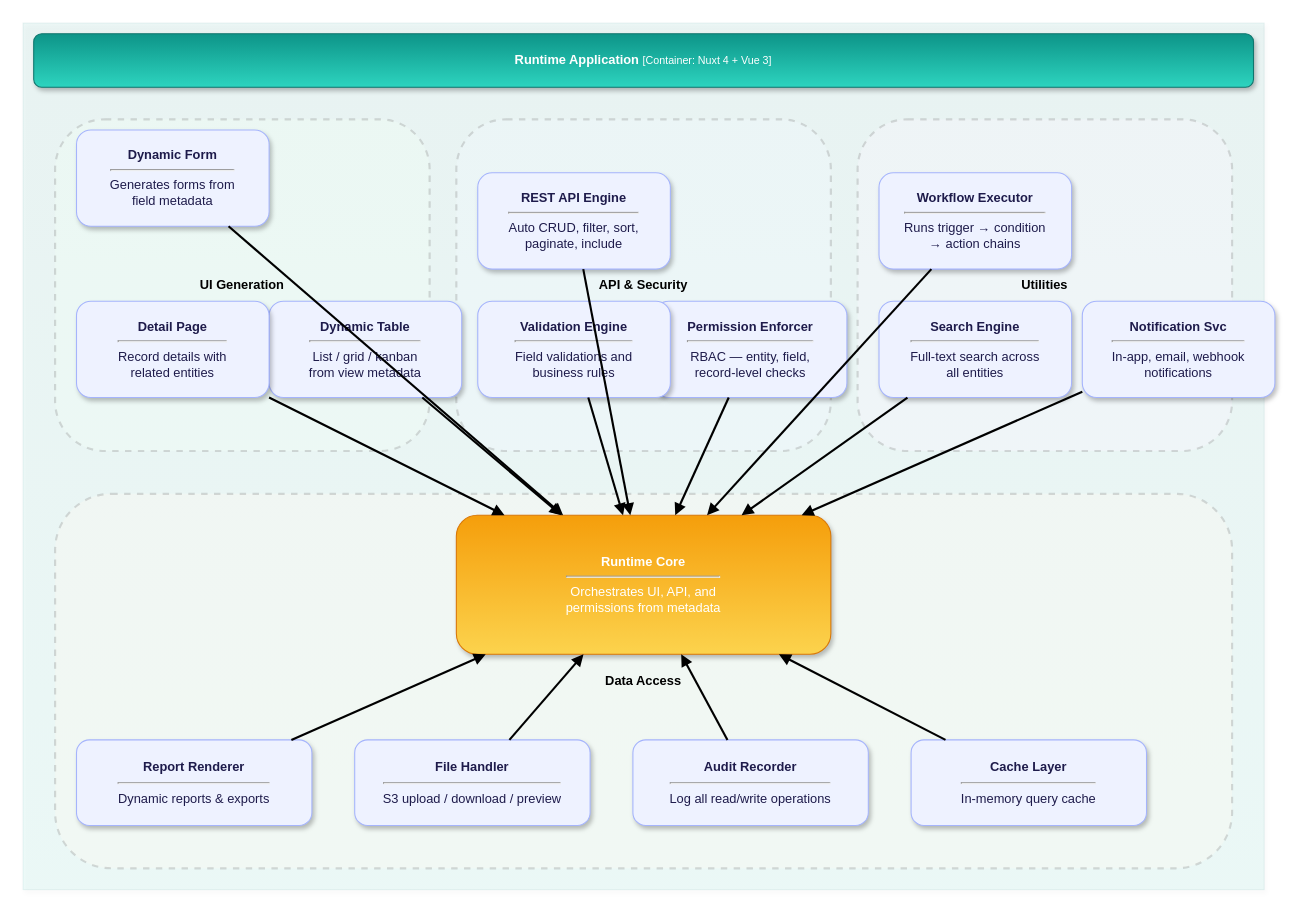
Above: page "4 - Runtime Engine (C4 L3)" (4 of 9) of nexa-architecture.drawio in dinsorkot-sk/Nexa (draw.io), before the change. Source tidied: cells renumbered, new cells numbered last; positions are measured from the earlier drawing's top-left corner, leaving out a move shared by most shapes. Both pictures are drawn from the tidied source at 107%, with x=0, y=0 at pixel (22, 22).
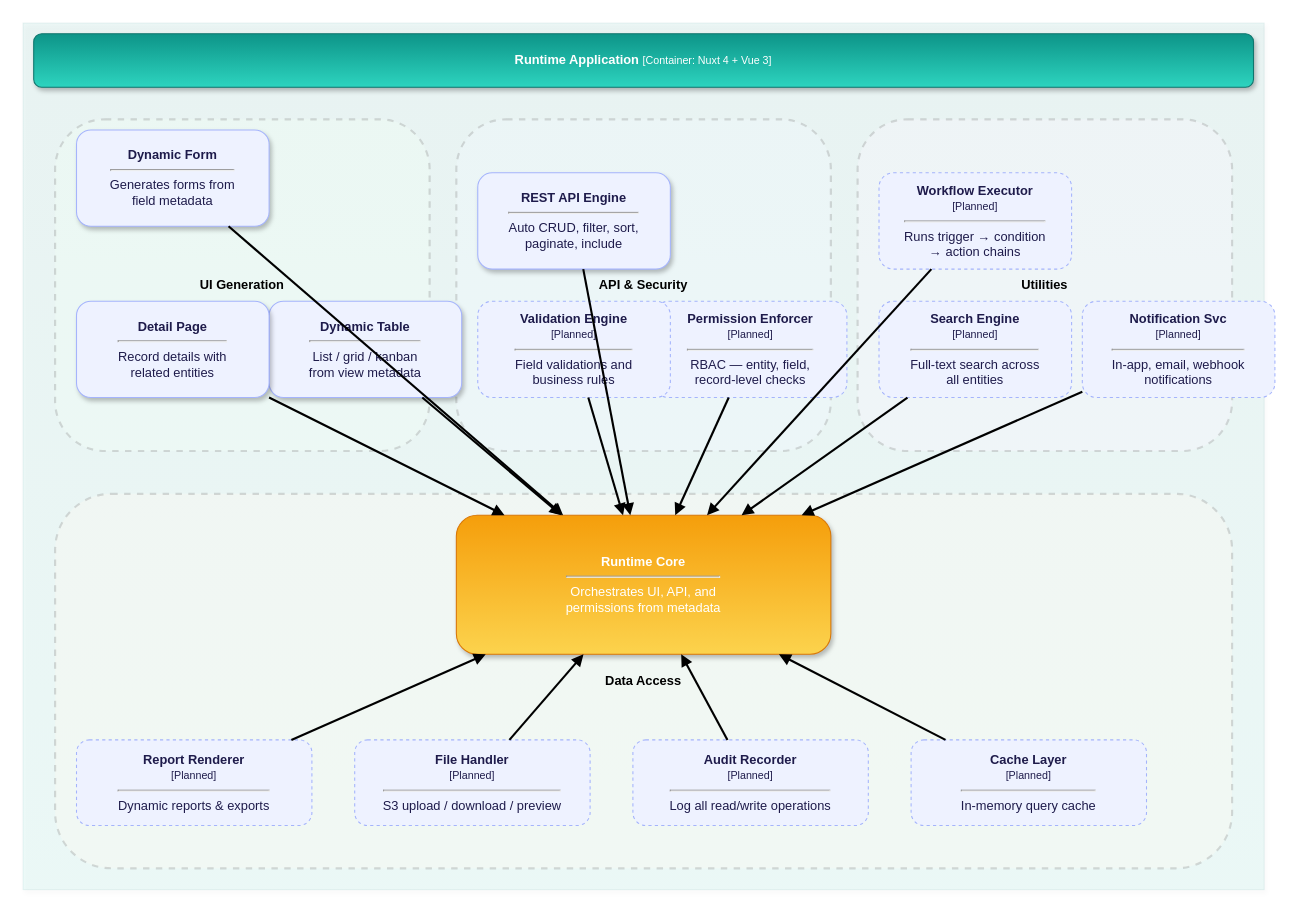
The same diagram, later.

Diff of the diagram source:
```diff
@@
-    <mxCell id="13" value="&lt;b&gt;Permission Enforcer&lt;/b&gt;&lt;hr&gt;RBAC — entity, field,&lt;br&gt;record-level checks" style="rounded=1;whiteSpace=wrap;html=1;fillColor=#EEF2FF;strokeColor=#A5B4FC;fontColor=#1E1B4B;shadow=1;" parent="1" vertex="1">
+    <mxCell id="13" value="&lt;b&gt;Permission Enforcer&lt;/b&gt;&lt;br&gt;&lt;small&gt;[Planned]&lt;/small&gt;&lt;hr&gt;RBAC — entity, field,&lt;br&gt;record-level checks" style="rounded=1;whiteSpace=wrap;html=1;fillColor=#EEF2FF;strokeColor=#A5B4FC;fontColor=#1E1B4B;dashed=1;" parent="1" vertex="1">
       <mxGeometry x="590" y="260" width="180" height="90" as="geometry" />
     </mxCell>
-    <mxCell id="14" value="&lt;b&gt;Validation Engine&lt;/b&gt;&lt;hr&gt;Field validations and&lt;br&gt;business rules" style="rounded=1;whiteSpace=wrap;html=1;fillColor=#EEF2FF;strokeColor=#A5B4FC;fontColor=#1E1B4B;shadow=1;" parent="1" vertex="1">
+    <mxCell id="14" value="&lt;b&gt;Validation Engine&lt;/b&gt;&lt;br&gt;&lt;small&gt;[Planned]&lt;/small&gt;&lt;hr&gt;Field validations and&lt;br&gt;business rules" style="rounded=1;whiteSpace=wrap;html=1;fillColor=#EEF2FF;strokeColor=#A5B4FC;fontColor=#1E1B4B;dashed=1;" parent="1" vertex="1">
       <mxGeometry x="425" y="260" width="180" height="90" as="geometry" />
     </mxCell>
-    <mxCell id="15" value="&lt;b&gt;Workflow Executor&lt;/b&gt;&lt;hr&gt;Runs trigger → condition&lt;br&gt;→ action chains" style="rounded=1;whiteSpace=wrap;html=1;fillColor=#EEF2FF;strokeColor=#A5B4FC;fontColor=#1E1B4B;shadow=1;" parent="1" vertex="1">
+    <mxCell id="15" value="&lt;b&gt;Workflow Executor&lt;/b&gt;&lt;br&gt;&lt;small&gt;[Planned]&lt;/small&gt;&lt;hr&gt;Runs trigger → condition&lt;br&gt;→ action chains" style="rounded=1;whiteSpace=wrap;html=1;fillColor=#EEF2FF;strokeColor=#A5B4FC;fontColor=#1E1B4B;dashed=1;" parent="1" vertex="1">
       <mxGeometry x="800" y="140" width="180" height="90" as="geometry" />
     </mxCell>
-    <mxCell id="16" value="&lt;b&gt;Notification Svc&lt;/b&gt;&lt;hr&gt;In-app, email, webhook&lt;br&gt;notifications" style="rounded=1;whiteSpace=wrap;html=1;fillColor=#EEF2FF;strokeColor=#A5B4FC;fontColor=#1E1B4B;shadow=1;" parent="1" vertex="1">
+    <mxCell id="16" value="&lt;b&gt;Notification Svc&lt;/b&gt;&lt;br&gt;&lt;small&gt;[Planned]&lt;/small&gt;&lt;hr&gt;In-app, email, webhook&lt;br&gt;notifications" style="rounded=1;whiteSpace=wrap;html=1;fillColor=#EEF2FF;strokeColor=#A5B4FC;fontColor=#1E1B4B;dashed=1;" parent="1" vertex="1">
       <mxGeometry x="990" y="260" width="180" height="90" as="geometry" />
     </mxCell>
-    <mxCell id="17" value="&lt;b&gt;Search Engine&lt;/b&gt;&lt;hr&gt;Full-text search across&lt;br&gt;all entities" style="rounded=1;whiteSpace=wrap;html=1;fillColor=#EEF2FF;strokeColor=#A5B4FC;fontColor=#1E1B4B;shadow=1;" parent="1" vertex="1">
+    <mxCell id="17" value="&lt;b&gt;Search Engine&lt;/b&gt;&lt;br&gt;&lt;small&gt;[Planned]&lt;/small&gt;&lt;hr&gt;Full-text search across&lt;br&gt;all entities" style="rounded=1;whiteSpace=wrap;html=1;fillColor=#EEF2FF;strokeColor=#A5B4FC;fontColor=#1E1B4B;dashed=1;" parent="1" vertex="1">
       <mxGeometry x="800" y="260" width="180" height="90" as="geometry" />
     </mxCell>
-    <mxCell id="18" value="&lt;b&gt;Report Renderer&lt;/b&gt;&lt;hr&gt;Dynamic reports &amp;amp; exports" style="rounded=1;whiteSpace=wrap;html=1;fillColor=#EEF2FF;strokeColor=#A5B4FC;fontColor=#1E1B4B;shadow=1;" parent="1" vertex="1">
+    <mxCell id="18" value="&lt;b&gt;Report Renderer&lt;/b&gt;&lt;br&gt;&lt;small&gt;[Planned]&lt;/small&gt;&lt;hr&gt;Dynamic reports &amp;amp; exports" style="rounded=1;whiteSpace=wrap;html=1;fillColor=#EEF2FF;strokeColor=#A5B4FC;fontColor=#1E1B4B;dashed=1;" parent="1" vertex="1">
       <mxGeometry x="50" y="670" width="220" height="80" as="geometry" />
     </mxCell>
-    <mxCell id="19" value="&lt;b&gt;File Handler&lt;/b&gt;&lt;hr&gt;S3 upload / download / preview" style="rounded=1;whiteSpace=wrap;html=1;fillColor=#EEF2FF;strokeColor=#A5B4FC;fontColor=#1E1B4B;shadow=1;" parent="1" vertex="1">
+    <mxCell id="19" value="&lt;b&gt;File Handler&lt;/b&gt;&lt;br&gt;&lt;small&gt;[Planned]&lt;/small&gt;&lt;hr&gt;S3 upload / download / preview" style="rounded=1;whiteSpace=wrap;html=1;fillColor=#EEF2FF;strokeColor=#A5B4FC;fontColor=#1E1B4B;dashed=1;" parent="1" vertex="1">
       <mxGeometry x="310" y="670" width="220" height="80" as="geometry" />
     </mxCell>
-    <mxCell id="20" value="&lt;b&gt;Audit Recorder&lt;/b&gt;&lt;hr&gt;Log all read/write operations" style="rounded=1;whiteSpace=wrap;html=1;fillColor=#EEF2FF;strokeColor=#A5B4FC;fontColor=#1E1B4B;shadow=1;" parent="1" vertex="1">
+    <mxCell id="20" value="&lt;b&gt;Audit Recorder&lt;/b&gt;&lt;br&gt;&lt;small&gt;[Planned]&lt;/small&gt;&lt;hr&gt;Log all read/write operations" style="rounded=1;whiteSpace=wrap;html=1;fillColor=#EEF2FF;strokeColor=#A5B4FC;fontColor=#1E1B4B;dashed=1;" parent="1" vertex="1">
       <mxGeometry x="570" y="670" width="220" height="80" as="geometry" />
     </mxCell>
-    <mxCell id="21" value="&lt;b&gt;Cache Layer&lt;/b&gt;&lt;hr&gt;In-memory query cache" style="rounded=1;whiteSpace=wrap;html=1;fillColor=#EEF2FF;strokeColor=#A5B4FC;fontColor=#1E1B4B;shadow=1;" parent="1" vertex="1">
+    <mxCell id="21" value="&lt;b&gt;Cache Layer&lt;/b&gt;&lt;br&gt;&lt;small&gt;[Planned]&lt;/small&gt;&lt;hr&gt;In-memory query cache" style="rounded=1;whiteSpace=wrap;html=1;fillColor=#EEF2FF;strokeColor=#A5B4FC;fontColor=#1E1B4B;dashed=1;" parent="1" vertex="1">
       <mxGeometry x="830" y="670" width="220" height="80" as="geometry" />
     </mxCell>
```
